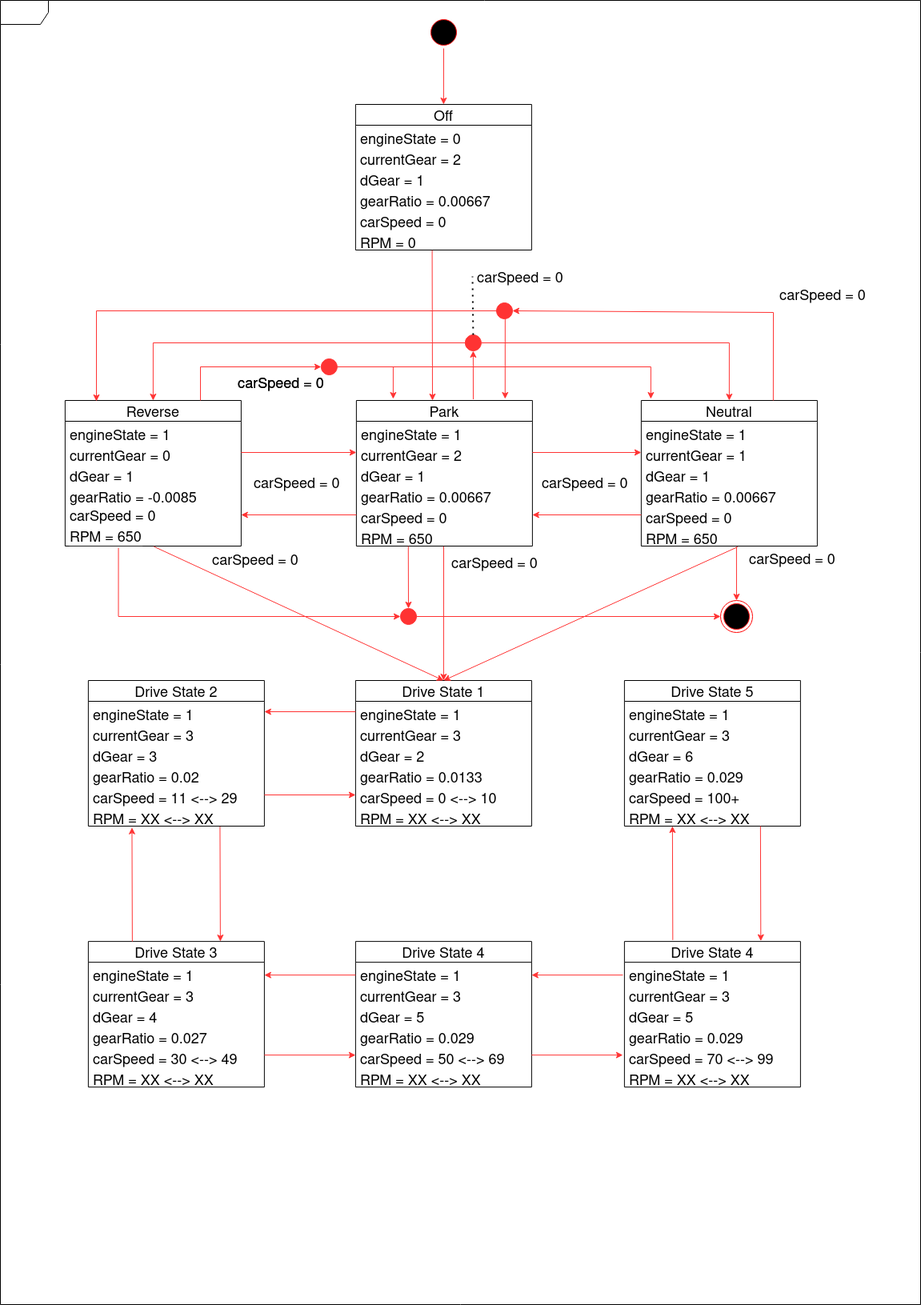
The draw.io diagram docs/State Diagram (Rev 2).png in MatthewYung0/volvo-boot-camp-2022-smokey-lab, before a commit. Source tidied: cells renumbered, new cells last; positions are measured from the earlier drawing's top-left corner, leaving out a move shared by most shapes.
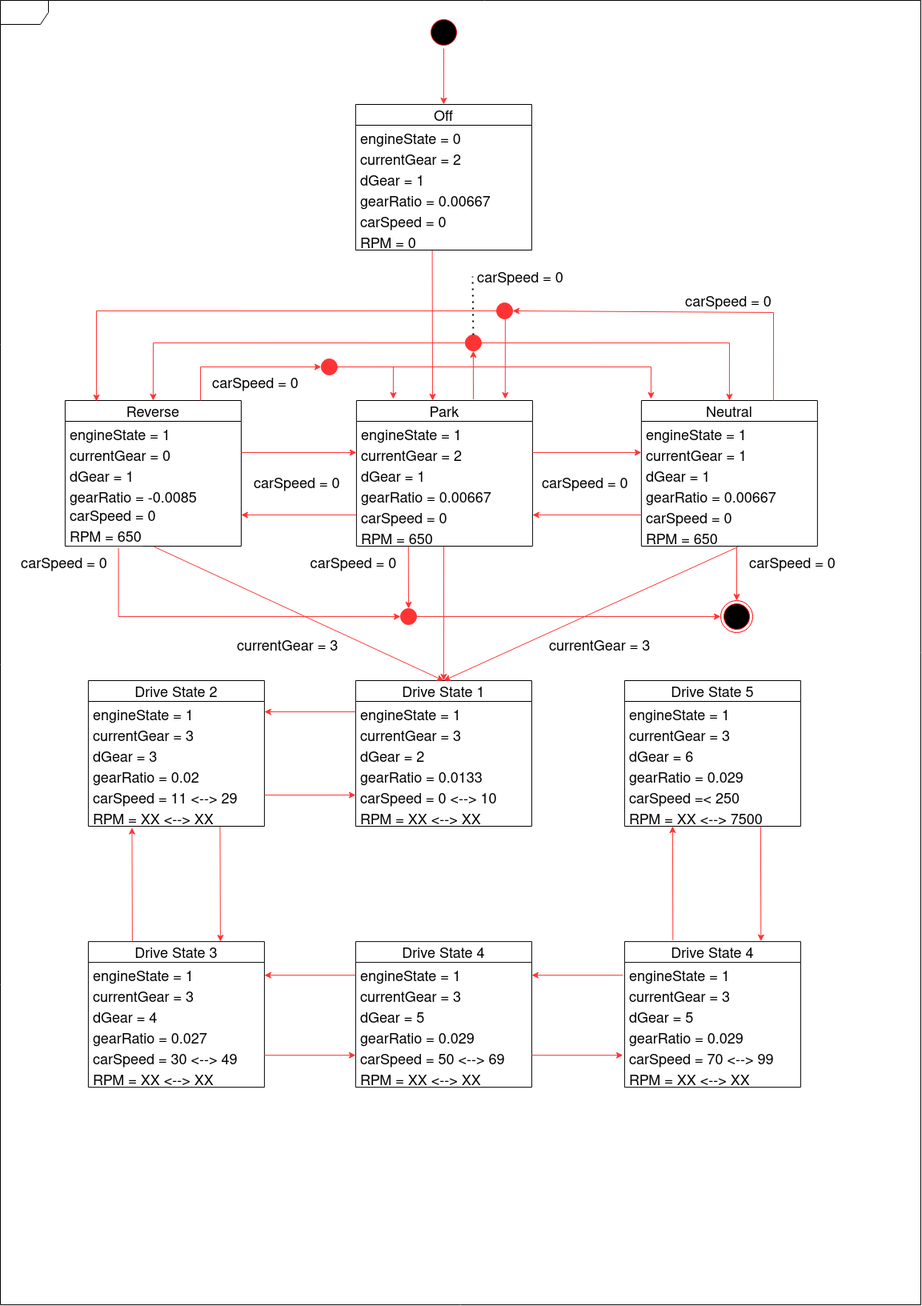
After the commit.

Diff of the diagram source:
```diff
@@ -159,7 +159,7 @@
       <mxGeometry y="156" width="220" height="26" as="geometry" />
     </mxCell>
     <mxCell id="54" value="carSpeed = 0" style="text;strokeColor=none;fillColor=none;align=left;verticalAlign=middle;spacingLeft=4;spacingRight=4;overflow=hidden;fontSize=18;" parent="1" vertex="1">
-      <mxGeometry x="291" y="462" width="122.5" height="30" as="geometry" />
+      <mxGeometry x="259" y="462" width="122.5" height="30" as="geometry" />
     </mxCell>
     <mxCell id="55" value="Drive State 4" style="swimlane;fontStyle=0;horizontal=1;startSize=26;fillColor=none;fontSize=18;" parent="1" vertex="1">
       <mxGeometry x="779.9" y="1176.1" width="220" height="182" as="geometry" />
@@ -197,10 +197,10 @@
     <mxCell id="66" value="gearRatio = 0.029" style="text;strokeColor=none;fillColor=none;align=left;verticalAlign=top;spacingLeft=4;spacingRight=4;overflow=hidden;fontSize=18;" parent="62" vertex="1">
       <mxGeometry y="104" width="220" height="26" as="geometry" />
     </mxCell>
-    <mxCell id="67" value="carSpeed = 100+" style="text;strokeColor=none;fillColor=none;align=left;verticalAlign=top;spacingLeft=4;spacingRight=4;overflow=hidden;fontSize=18;" parent="62" vertex="1">
+    <mxCell id="67" value="carSpeed =&lt; 250" style="text;strokeColor=none;fillColor=none;align=left;verticalAlign=top;spacingLeft=4;spacingRight=4;overflow=hidden;fontSize=18;" parent="62" vertex="1">
       <mxGeometry y="130" width="220" height="26" as="geometry" />
     </mxCell>
-    <mxCell id="68" value="RPM = XX &lt;--&gt; XX" style="text;strokeColor=none;fillColor=none;align=left;verticalAlign=top;spacingLeft=4;spacingRight=4;overflow=hidden;fontSize=18;" parent="62" vertex="1">
+    <mxCell id="68" value="RPM = XX &lt;--&gt; 7500" style="text;strokeColor=none;fillColor=none;align=left;verticalAlign=top;spacingLeft=4;spacingRight=4;overflow=hidden;fontSize=18;" parent="62" vertex="1">
       <mxGeometry y="156" width="220" height="26" as="geometry" />
     </mxCell>
     <mxCell id="69" style="endArrow=classic;html=1;rounded=0;strokeColor=#FF3333;exitX=1;exitY=0.5;exitDx=0;exitDy=0;entryX=0.5;entryY=0;entryDx=0;entryDy=0;" parent="1" edge="1" source="3" target="103">
@@ -336,7 +336,7 @@
       </mxGeometry>
     </mxCell>
     <mxCell id="99" value="carSpeed = 0" style="text;strokeColor=none;fillColor=none;align=left;verticalAlign=middle;spacingLeft=4;spacingRight=4;overflow=hidden;fontSize=18;" parent="1" vertex="1">
-      <mxGeometry x="968" y="352" width="122.5" height="30" as="geometry" />
+      <mxGeometry x="850" y="360" width="122.5" height="30" as="geometry" />
     </mxCell>
     <mxCell id="100" value="carSpeed = 0" style="text;strokeColor=none;fillColor=none;align=left;verticalAlign=middle;spacingLeft=4;spacingRight=4;overflow=hidden;points=[[0,0.5],[1,0.5]];portConstraint=eastwest;fontSize=18;" parent="1" vertex="1">
       <mxGeometry x="590" y="330" width="122.5" height="30" as="geometry" />
@@ -373,17 +373,14 @@
         <mxPoint x="540" y="500" as="targetPoint" />
       </mxGeometry>
     </mxCell>
-    <mxCell id="111" value="carSpeed = 0" style="text;strokeColor=none;fillColor=none;align=left;verticalAlign=middle;spacingLeft=4;spacingRight=4;overflow=hidden;fontSize=18;" parent="1" vertex="1">
-      <mxGeometry x="291" y="462" width="122.5" height="30" as="geometry" />
-    </mxCell>
     <mxCell id="112" value="carSpeed = 0" style="text;strokeColor=none;fillColor=none;align=left;verticalAlign=middle;spacingLeft=4;spacingRight=4;overflow=hidden;fontSize=18;" parent="1" vertex="1">
-      <mxGeometry x="558" y="687" width="122.5" height="30" as="geometry" />
+      <mxGeometry x="381.5" y="687" width="122.5" height="30" as="geometry" />
     </mxCell>
     <mxCell id="113" value="carSpeed = 0" style="text;strokeColor=none;fillColor=none;align=left;verticalAlign=middle;spacingLeft=4;spacingRight=4;overflow=hidden;fontSize=18;" parent="1" vertex="1">
-      <mxGeometry x="930" y="682" width="122.5" height="30" as="geometry" />
+      <mxGeometry x="930" y="687" width="122.5" height="30" as="geometry" />
     </mxCell>
     <mxCell id="114" value="carSpeed = 0" style="text;strokeColor=none;fillColor=none;align=left;verticalAlign=middle;spacingLeft=4;spacingRight=4;overflow=hidden;fontSize=18;" parent="1" vertex="1">
-      <mxGeometry x="259" y="683" width="122.5" height="30" as="geometry" />
+      <mxGeometry x="20" y="687" width="122.5" height="30" as="geometry" />
     </mxCell>
     <mxCell id="115" style="edgeStyle=segmentEdgeStyle;endArrow=classic;html=1;rounded=0;strokeColor=#FF3333;exitX=0.303;exitY=1.083;exitDx=0;exitDy=0;exitPerimeter=0;entryX=0;entryY=0.5;entryDx=0;entryDy=0;entryPerimeter=0;" parent="1" edge="1" source="24" target="117">
       <mxGeometry relative="1" as="geometry">
@@ -407,5 +404,11 @@
     <mxCell id="120" style="endArrow=none;dashed=1;html=1;dashPattern=1 3;strokeWidth=2;rounded=0;exitX=0.5;exitY=0;exitDx=0;exitDy=0;entryX=0;entryY=0.5;entryDx=0;entryDy=0;" parent="1" edge="1" source="78" target="100">
       <mxGeometry relative="1" as="geometry" />
     </mxCell>
+    <mxCell id="121" value="currentGear = 3" style="text;strokeColor=none;fillColor=none;align=left;verticalAlign=middle;spacingLeft=4;spacingRight=4;overflow=hidden;fontSize=18;" parent="1" vertex="1">
+      <mxGeometry x="290" y="790" width="140" height="30" as="geometry" />
+    </mxCell>
+    <mxCell id="122" value="currentGear = 3" style="text;strokeColor=none;fillColor=none;align=left;verticalAlign=middle;spacingLeft=4;spacingRight=4;overflow=hidden;fontSize=18;" parent="1" vertex="1">
+      <mxGeometry x="680" y="790" width="140" height="30" as="geometry" />
+    </mxCell>
   </root>
 </mxGraphModel>
```
